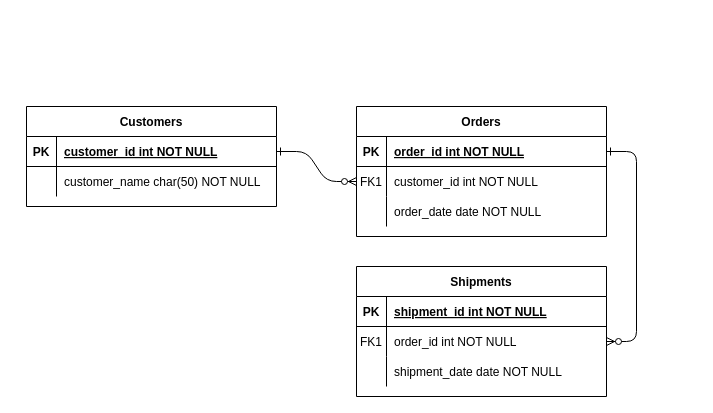
The draw.io diagram Untitled Diagram.drawio in AlexanderMezquita/little-lemon, before the edit. Source tidied: cells renumbered, new cells numbered last; positions are measured from the earlier drawing's top-left corner, leaving out a move shared by most shapes. Both pictures are drawn from the tidied source at 100%, with x=0, y=0 at pixel (26, 106).
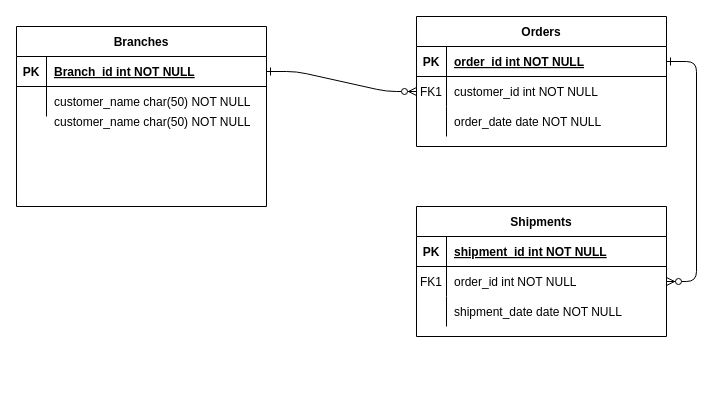
The same diagram, later.

Unchanged cells that the change refers to:
```xml
<mxCell id="25" style="shape=partialRectangle;fillColor=none;points=[[0,0.5],[1,0.5]];portConstraint=eastwest;top=0;left=0;right=0;bottom=1;" parent="24" vertex="1">
  <mxGeometry y="30" width="250" height="30" as="geometry" />
</mxCell>
```

Change to the diagram source:
```diff
@@
     <mxCell id="4" value="Orders" style="shape=table;startSize=30;childLayout=tableLayout;rowLines=0;fontStyle=1;align=center;" parent="1" vertex="1">
-      <mxGeometry x="330" width="250" height="130" as="geometry" />
+      <mxGeometry x="390" y="-90" width="250" height="130" as="geometry" />
     </mxCell>
@@
     <mxCell id="14" value="Shipments" style="shape=table;startSize=30;childLayout=tableLayout;rowLines=0;fontStyle=1;align=center;" parent="1" vertex="1">
-      <mxGeometry x="330" y="160" width="250" height="130" as="geometry" />
+      <mxGeometry x="390" y="100" width="250" height="130" as="geometry" />
     </mxCell>
@@
-    <mxCell id="24" value="Customers" style="shape=table;startSize=30;childLayout=tableLayout;rowLines=0;fontStyle=1;align=center;" parent="1" vertex="1">
-      <mxGeometry width="250" height="100" as="geometry" />
+    <mxCell id="24" value="Branches" style="shape=table;startSize=30;childLayout=tableLayout;rowLines=0;fontStyle=1;align=center;" parent="1" vertex="1">
+      <mxGeometry x="-10" y="-80" width="250" height="180" as="geometry" />
     </mxCell>
@@
-    <mxCell id="27" value="customer_id int NOT NULL " style="shape=partialRectangle;overflow=hidden;fillColor=none;top=0;left=0;bottom=0;right=0;align=left;spacingLeft=6;fontStyle=5;" parent="25" vertex="1">
+    <mxCell id="27" value="Branch_id int NOT NULL " style="shape=partialRectangle;overflow=hidden;fillColor=none;top=0;left=0;bottom=0;right=0;align=left;spacingLeft=6;fontStyle=5;" parent="25" vertex="1">
       <mxGeometry x="30" width="220" height="30" as="geometry" />
     </mxCell>
@@
+    <mxCell id="31" value="customer_name char(50) NOT NULL" style="shape=partialRectangle;overflow=hidden;fillColor=none;top=0;left=0;bottom=0;right=0;align=left;spacingLeft=6;" parent="1" vertex="1">
+      <mxGeometry x="20" width="220" height="30" as="geometry" />
+    </mxCell>
```
